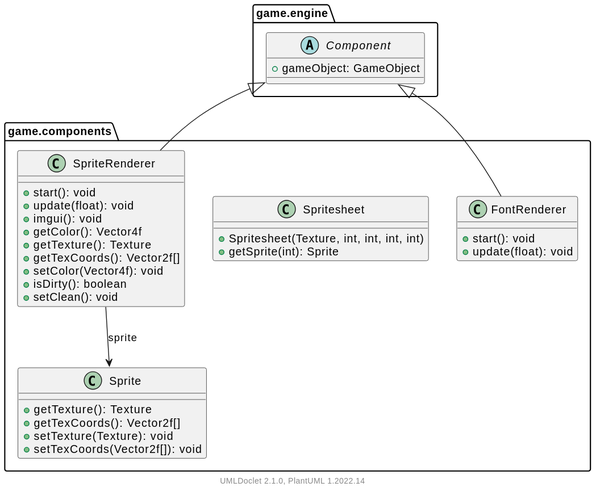
The PlantUML diagram doc/javadoc/game/components/package.svg in Hirschiii/JavaGameEngine, before a commit. The source it was exported from:
```plantuml
@startuml
    namespace game.components {

        class SpriteRenderer [[SpriteRenderer.html]] {
            +start(): void
            +update(float): void
            +imgui(): void
            +getColor(): Vector4f
            +getTexture(): Texture
            +getTexCoords(): Vector2f[]
            +setColor(Vector4f): void
            +isDirty(): boolean
            +setClean(): void
        }

        class Sprite [[Sprite.html]] {
            +getTexture(): Texture
            +getTexCoords(): Vector2f[]
            +setTexture(Texture): void
            +setTexCoords(Vector2f[]): void
        }

        class Spritesheet [[Spritesheet.html]] {
            +Spritesheet(Texture, int, int, int, int)
            +getSprite(int): Sprite
        }

        class FontRenderer [[FontRenderer.html]] {
            +start(): void
            +update(float): void
        }

        game.engine.Component <|-- SpriteRenderer
        SpriteRenderer --> Sprite: sprite
        game.engine.Component <|-- FontRenderer
    }

    namespace game.engine {
        abstract class Component [[../engine/Component.html]] {
            +gameObject: GameObject
        }
    }

    center footer UMLDoclet 2.1.0, PlantUML %version()
@enduml
```
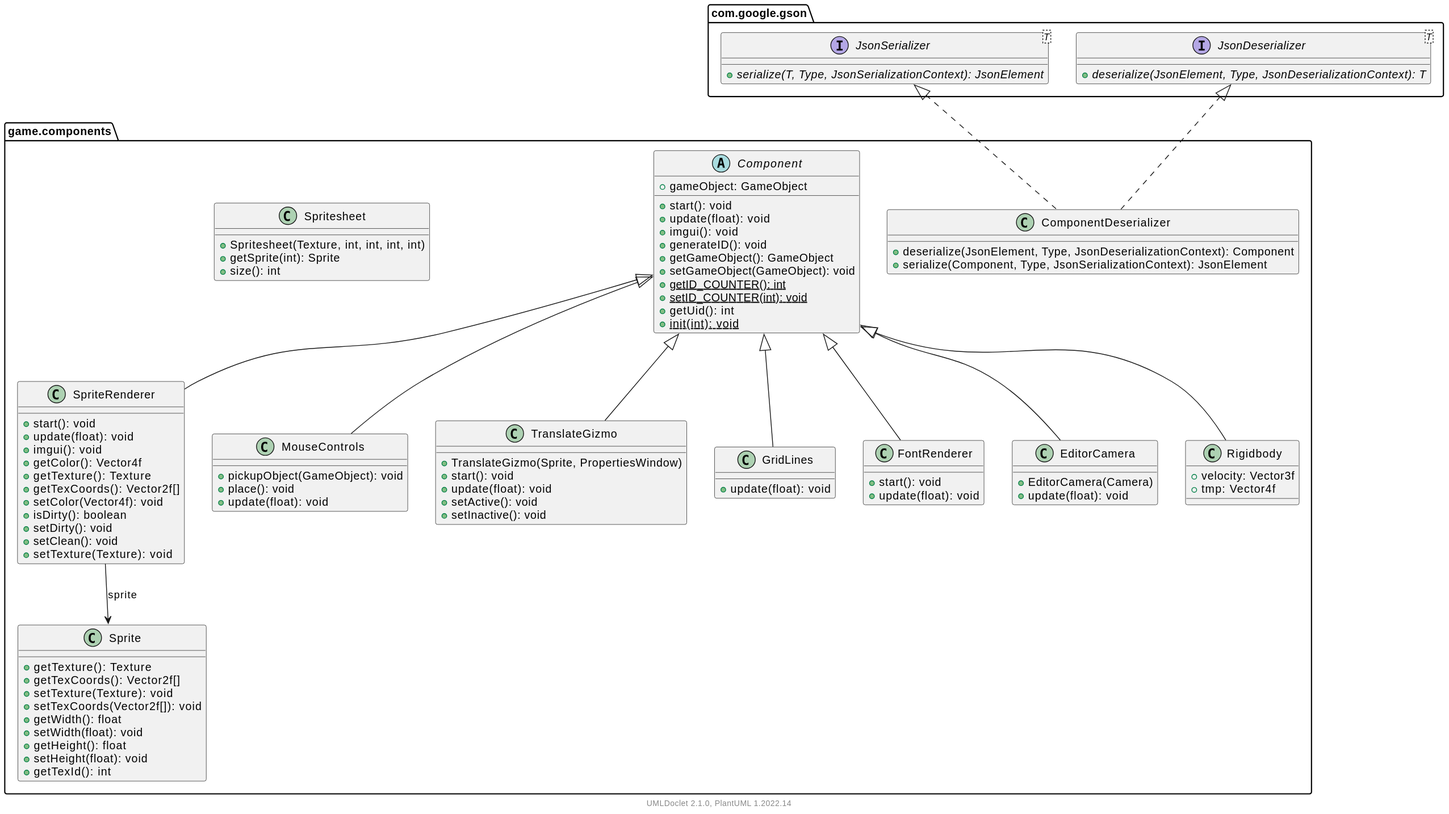
The same file after the commit.

Change to the diagram source:
```diff
@@ -10,7 +10,15 @@
             +getTexCoords(): Vector2f[]
             +setColor(Vector4f): void
             +isDirty(): boolean
+            +setDirty(): void
             +setClean(): void
+            +setTexture(Texture): void
+        }
+
+        class MouseControls [[MouseControls.html]] {
+            +pickupObject(GameObject): void
+            +place(): void
+            +update(float): void
         }
 
         class Sprite [[Sprite.html]] {
@@ -18,11 +26,48 @@
             +getTexCoords(): Vector2f[]
             +setTexture(Texture): void
             +setTexCoords(Vector2f[]): void
+            +getWidth(): float
+            +setWidth(float): void
+            +getHeight(): float
+            +setHeight(float): void
+            +getTexId(): int
+        }
+
+        class TranslateGizmo [[TranslateGizmo.html]] {
+            +TranslateGizmo(Sprite, PropertiesWindow)
+            +start(): void
+            +update(float): void
+            +setActive(): void
+            +setInactive(): void
+        }
+
+        class ComponentDeserializer [[ComponentDeserializer.html]] {
+            +deserialize(JsonElement, Type, JsonDeserializationContext): Component
+            +serialize(Component, Type, JsonSerializationContext): JsonElement
+        }
+
+        abstract class Component [[Component.html]] {
+            +gameObject: GameObject
+            +start(): void
+            +update(float): void
+            +imgui(): void
+            +generateID(): void
+            +getGameObject(): GameObject
+            +setGameObject(GameObject): void
+            {static} +getID_COUNTER(): int
+            {static} +setID_COUNTER(int): void
+            +getUid(): int
+            {static} +init(int): void
         }
 
         class Spritesheet [[Spritesheet.html]] {
             +Spritesheet(Texture, int, int, int, int)
             +getSprite(int): Sprite
+            +size(): int
+        }
+
+        class GridLines [[GridLines.html]] {
+            +update(float): void
         }
 
         class FontRenderer [[FontRenderer.html]] {
@@ -30,14 +75,34 @@
             +update(float): void
         }
 
-        game.engine.Component <|-- SpriteRenderer
+        class EditorCamera [[EditorCamera.html]] {
+            +EditorCamera(Camera)
+            +update(float): void
+        }
+
+        class Rigidbody [[Rigidbody.html]] {
+            +velocity: Vector3f
+            +tmp: Vector4f
+        }
+
+        Component <|-- SpriteRenderer
         SpriteRenderer --> Sprite: sprite
-        game.engine.Component <|-- FontRenderer
+        Component <|-- MouseControls
+        Component <|-- TranslateGizmo
+        com.google.gson.JsonSerializer <|.. ComponentDeserializer
+        com.google.gson.JsonDeserializer <|.. ComponentDeserializer
+        Component <|-- GridLines
+        Component <|-- FontRenderer
+        Component <|-- EditorCamera
+        Component <|-- Rigidbody
     }
 
-    namespace game.engine {
-        abstract class Component [[../engine/Component.html]] {
-            +gameObject: GameObject
+    namespace com.google.gson {
+        interface JsonSerializer<T> {
+            {abstract} +serialize(T, Type, JsonSerializationContext): JsonElement
+        }
+        interface JsonDeserializer<T> {
+            {abstract} +deserialize(JsonElement, Type, JsonDeserializationContext): T
         }
     }
 
```
